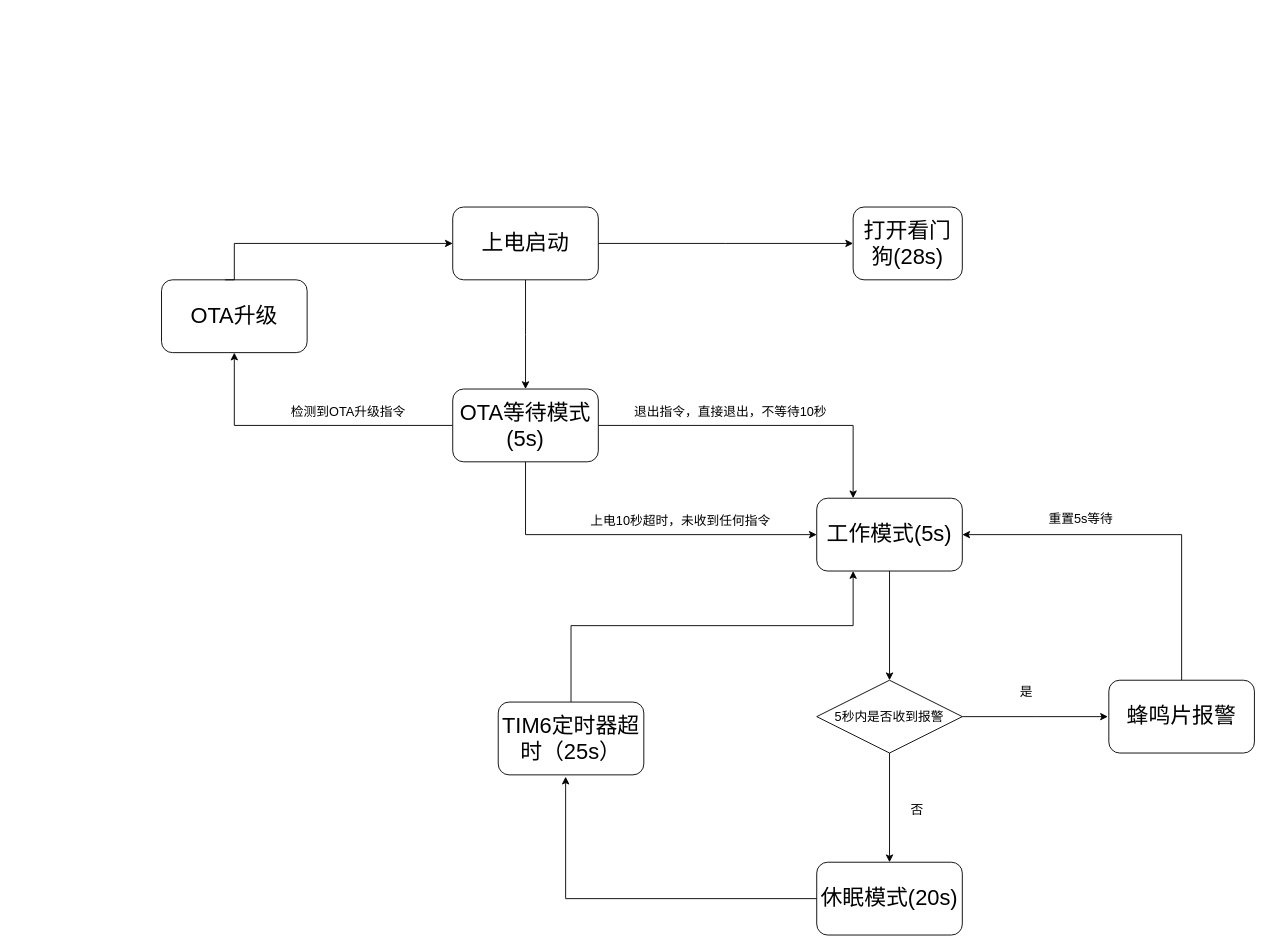
wuzexiang99/mfgtools keeps this draw.io diagram as libuuu/未命名绘图.drawio. Above is the earlier version. Source tidied: cells renumbered, new cells numbered last; positions are measured from the earlier drawing's top-left corner, leaving out a move shared by most shapes. Both pictures are drawn from the tidied source at 91%, with x=0, y=0 at pixel (161, 207).
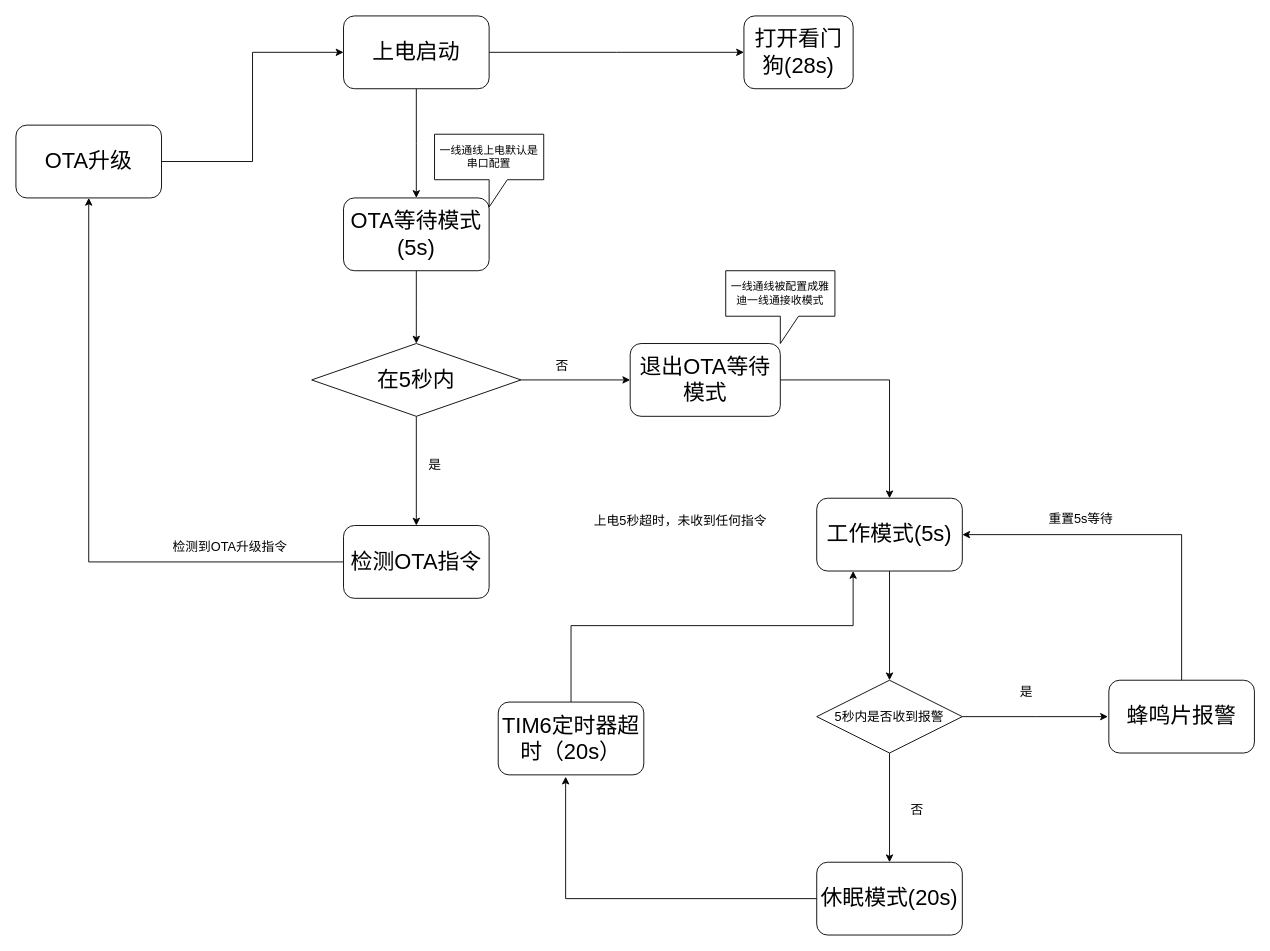
Above is the later version.

Commit message:
更新未命名绘图.drawio

Unchanged cells that the change refers to:
```xml
<mxCell id="7" value="&lt;span style=&quot;font-size: 24px;&quot;&gt;工作模式(5s)&lt;/span&gt;" style="rounded=1;whiteSpace=wrap;html=1;" parent="1" vertex="1">
  <mxGeometry x="720" y="320" width="160" height="80" as="geometry" />
</mxCell>
```

The edit, as a diff of the source:
```diff
@@
     <mxCell id="2" style="edgeStyle=orthogonalEdgeStyle;rounded=0;jettySize=auto;html=1;" parent="1" edge="1" source="4">
       <mxGeometry relative="1" as="geometry">
-        <mxPoint x="400" y="200" as="targetPoint" />
+        <mxPoint x="280" y="-10" as="targetPoint" />
       </mxGeometry>
     </mxCell>
     <mxCell id="3" style="edgeStyle=orthogonalEdgeStyle;rounded=0;jettySize=auto;html=1;" parent="1" edge="1" source="4">
       <mxGeometry relative="1" as="geometry">
-        <mxPoint x="760" y="40" as="targetPoint" />
+        <mxPoint x="640" y="-170" as="targetPoint" />
       </mxGeometry>
     </mxCell>
     <mxCell id="4" value="&lt;font style=&quot;font-size: 24px;&quot;&gt;上电启动&lt;/font&gt;" style="rounded=1;whiteSpace=wrap;html=1;" parent="1" vertex="1">
-      <mxGeometry x="320" width="160" height="80" as="geometry" />
+      <mxGeometry x="200" y="-210" width="160" height="80" as="geometry" />
     </mxCell>
+    <mxCell id="29" style="edgeStyle=orthogonalEdgeStyle;rounded=0;jettySize=auto;html=1;entryX=0;entryY=0.5;entryDx=0;entryDy=0;" parent="1" edge="1" source="5" target="4">
+      <mxGeometry relative="1" as="geometry" />
+    </mxCell>
     <mxCell id="5" value="&lt;span style=&quot;font-size: 24px;&quot;&gt;OTA升级&lt;/span&gt;" style="rounded=1;whiteSpace=wrap;html=1;" parent="1" vertex="1">
-      <mxGeometry y="80" width="160" height="80" as="geometry" />
+      <mxGeometry x="-160" y="-90" width="160" height="80" as="geometry" />
     </mxCell>
@@
-    <mxCell id="8" style="edgeStyle=orthogonalEdgeStyle;rounded=0;jettySize=auto;html=1;entryX=0;entryY=0.5;entryDx=0;entryDy=0;" parent="1" edge="1" source="11" target="7">
-      <mxGeometry relative="1" as="geometry">
-        <Array as="points">
-          <mxPoint x="400" y="360" />
-        </Array>
-      </mxGeometry>
-    </mxCell>
-    <mxCell id="9" style="edgeStyle=orthogonalEdgeStyle;rounded=0;jettySize=auto;html=1;" parent="1" edge="1" source="11" target="5">
-      <mxGeometry relative="1" as="geometry" />
-    </mxCell>
-    <mxCell id="10" style="edgeStyle=orthogonalEdgeStyle;rounded=0;jettySize=auto;html=1;entryX=0.25;entryY=0;entryDx=0;entryDy=0;" parent="1" edge="1" source="11" target="7">
-      <mxGeometry relative="1" as="geometry" />
-    </mxCell>
+    <mxCell id="30" style="edgeStyle=orthogonalEdgeStyle;rounded=0;jettySize=auto;html=1;" parent="1" edge="1" source="11">
+      <mxGeometry relative="1" as="geometry">
+        <mxPoint x="280" y="150" as="targetPoint" />
+      </mxGeometry>
+    </mxCell>
     <mxCell id="11" value="&lt;span style=&quot;font-size: 24px;&quot;&gt;OTA等待模式(5s)&lt;/span&gt;" style="rounded=1;whiteSpace=wrap;html=1;" parent="1" vertex="1">
-      <mxGeometry x="320" y="200" width="160" height="80" as="geometry" />
+      <mxGeometry x="200" y="-10" width="160" height="80" as="geometry" />
     </mxCell>
-    <mxCell id="12" value="&lt;font style=&quot;font-size: 14px;&quot;&gt;退出指令，直接退出，不等待10秒&lt;/font&gt;" style="text;html=1;align=center;verticalAlign=middle;strokeColor=none;fillColor=none;" parent="1" vertex="1">
-      <mxGeometry x="505" y="210" width="240" height="30" as="geometry" />
-    </mxCell>
     <mxCell id="13" value="&lt;font style=&quot;font-size: 14px;&quot;&gt;检测到OTA升级指令&lt;/font&gt;" style="text;html=1;align=center;verticalAlign=middle;strokeColor=none;fillColor=none;" parent="1" vertex="1">
-      <mxGeometry x="130" y="210" width="150" height="30" as="geometry" />
+      <mxGeometry y="358" width="150" height="30" as="geometry" />
     </mxCell>
-    <mxCell id="14" value="&lt;font style=&quot;font-size: 14px;&quot;&gt;上电10秒超时，未收到任何指令&lt;/font&gt;" style="text;html=1;align=center;verticalAlign=middle;strokeColor=none;fillColor=none;" parent="1" vertex="1">
-      <mxGeometry x="460" y="330" width="220" height="30" as="geometry" />
+    <mxCell id="14" value="&lt;font style=&quot;font-size: 14px;&quot;&gt;上电5秒超时，未收到任何指令&lt;/font&gt;" style="text;html=1;align=center;verticalAlign=middle;strokeColor=none;fillColor=none;" parent="1" vertex="1">
+      <mxGeometry x="465" y="330" width="210" height="30" as="geometry" />
     </mxCell>
@@
-    <mxCell id="16" value="&lt;span style=&quot;font-size: 24px;&quot;&gt;TIM6定时器超时（25s）&lt;/span&gt;" style="rounded=1;whiteSpace=wrap;html=1;" parent="1" vertex="1">
+    <mxCell id="16" value="&lt;span style=&quot;font-size: 24px;&quot;&gt;TIM6定时器超时（20s）&lt;/span&gt;" style="rounded=1;whiteSpace=wrap;html=1;" parent="1" vertex="1">
       <mxGeometry x="370" y="544" width="160" height="80" as="geometry" />
     </mxCell>
@@
-    <mxCell id="19" style="edgeStyle=orthogonalEdgeStyle;rounded=0;orthogonalLoop=1;jettySize=auto;html=1;entryX=0.063;entryY=0.5;entryDx=0;entryDy=0;entryPerimeter=0;" parent="1" edge="1">
-      <mxGeometry relative="1" as="geometry">
-        <mxPoint x="69.9" y="80" as="sourcePoint" />
-        <mxPoint x="320" y="40" as="targetPoint" />
-        <Array as="points">
-          <mxPoint x="80" y="80" />
-          <mxPoint x="80" y="40" />
-        </Array>
-      </mxGeometry>
-    </mxCell>
@@
     <mxCell id="28" value="&lt;span style=&quot;font-size: 24px;&quot;&gt;打开看门狗(28s)&lt;/span&gt;" style="rounded=1;whiteSpace=wrap;html=1;" parent="1" vertex="1">
-      <mxGeometry x="760" width="120" height="80" as="geometry" />
+      <mxGeometry x="640" y="-210" width="120" height="80" as="geometry" />
     </mxCell>
+    <mxCell id="31" value="一线通线上电默认是串口配置" style="shape=callout;whiteSpace=wrap;html=1;perimeter=calloutPerimeter;" parent="1" vertex="1">
+      <mxGeometry x="300" y="-80" width="120" height="80" as="geometry" />
+    </mxCell>
+    <mxCell id="32" style="edgeStyle=orthogonalEdgeStyle;rounded=0;jettySize=auto;html=1;" parent="1" edge="1" source="34">
+      <mxGeometry relative="1" as="geometry">
+        <mxPoint x="280" y="350" as="targetPoint" />
+      </mxGeometry>
+    </mxCell>
+    <mxCell id="33" style="edgeStyle=orthogonalEdgeStyle;rounded=0;jettySize=auto;html=1;entryX=0;entryY=0.5;entryDx=0;entryDy=0;" parent="1" edge="1" source="34" target="39">
+      <mxGeometry relative="1" as="geometry" />
+    </mxCell>
+    <mxCell id="34" value="&lt;font style=&quot;font-size: 24px;&quot;&gt;在5秒内&lt;/font&gt;" style="rhombus;whiteSpace=wrap;html=1;" parent="1" vertex="1">
+      <mxGeometry x="165" y="150" width="230" height="80" as="geometry" />
+    </mxCell>
+    <mxCell id="35" style="edgeStyle=orthogonalEdgeStyle;rounded=0;jettySize=auto;html=1;" parent="1" edge="1" source="36" target="5">
+      <mxGeometry relative="1" as="geometry" />
+    </mxCell>
+    <mxCell id="36" value="&lt;span style=&quot;font-size: 24px;&quot;&gt;检测OTA指令&lt;/span&gt;" style="rounded=1;whiteSpace=wrap;html=1;" parent="1" vertex="1">
+      <mxGeometry x="200" y="350" width="160" height="80" as="geometry" />
+    </mxCell>
+    <mxCell id="37" value="&lt;font style=&quot;font-size: 14px;&quot;&gt;是&lt;/font&gt;" style="text;html=1;align=center;verticalAlign=middle;strokeColor=none;fillColor=none;" parent="1" vertex="1">
+      <mxGeometry x="280" y="268" width="40" height="30" as="geometry" />
+    </mxCell>
+    <mxCell id="38" style="edgeStyle=orthogonalEdgeStyle;rounded=0;jettySize=auto;html=1;entryX=0.5;entryY=0;entryDx=0;entryDy=0;" parent="1" edge="1" source="39" target="7">
+      <mxGeometry relative="1" as="geometry" />
+    </mxCell>
+    <mxCell id="39" value="&lt;font style=&quot;font-size: 24px;&quot;&gt;退出OTA等待模式&lt;/font&gt;" style="rounded=1;whiteSpace=wrap;html=1;" parent="1" vertex="1">
+      <mxGeometry x="515" y="150" width="165" height="80" as="geometry" />
+    </mxCell>
+    <mxCell id="40" value="&lt;font style=&quot;font-size: 14px;&quot;&gt;否&lt;/font&gt;" style="text;html=1;align=center;verticalAlign=middle;strokeColor=none;fillColor=none;" parent="1" vertex="1">
+      <mxGeometry x="420" y="160" width="40" height="30" as="geometry" />
+    </mxCell>
+    <mxCell id="41" value="一线通线被配置成雅迪一线通接收模式" style="shape=callout;whiteSpace=wrap;html=1;perimeter=calloutPerimeter;" parent="1" vertex="1">
+      <mxGeometry x="620" y="70" width="120" height="80" as="geometry" />
+    </mxCell>
```
